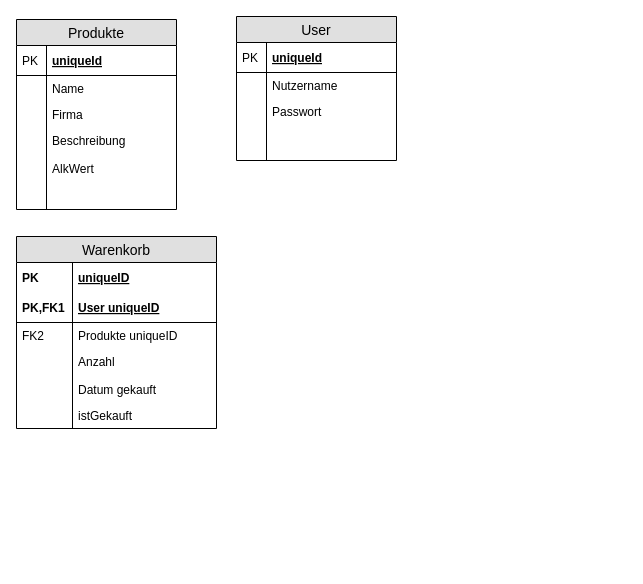
Lubims/partyplaner.lubims keeps this draw.io diagram as Planung/Datenbank.drawio. Above is the earlier version. Source tidied: cells renumbered, new cells numbered last; positions are measured from the earlier drawing's top-left corner, leaving out a move shared by most shapes. Both pictures are drawn from the tidied source at 100%, with x=0, y=0 at pixel (16, 16).
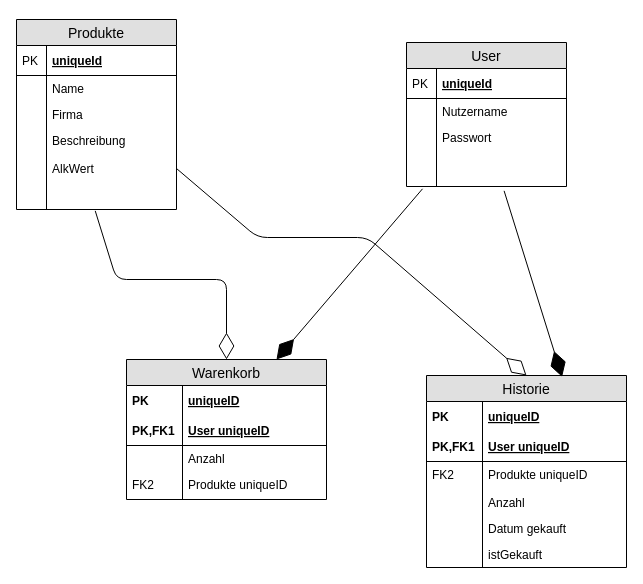
The same diagram, later.

Unchanged cells that the change refers to:
```xml
<mxCell id="11" style="shape=partialRectangle;top=0;left=0;right=0;bottom=0;align=left;verticalAlign=top;fillColor=none;spacingLeft=34;spacingRight=4;overflow=hidden;points=[[0,0.5],[1,0.5]];portConstraint=eastwest;fontSize=12;" parent="2" vertex="1">
  <mxGeometry y="134" width="160" height="56" as="geometry" />
</mxCell>
<mxCell id="22" style="shape=partialRectangle;top=0;left=0;right=0;bottom=0;align=left;verticalAlign=top;fillColor=none;spacingLeft=34;spacingRight=4;overflow=hidden;points=[[0,0.5],[1,0.5]];portConstraint=eastwest;fontSize=12;" parent="13" vertex="1">
  <mxGeometry y="134" width="160" height="10" as="geometry" />
</mxCell>
<mxCell id="37" value="AlkWert" style="shape=partialRectangle;top=0;left=0;right=0;bottom=0;align=left;verticalAlign=top;fillColor=none;spacingLeft=34;spacingRight=4;overflow=hidden;points=[[0,0.5],[1,0.5]];portConstraint=eastwest;fontSize=12;" parent="1" vertex="1">
  <mxGeometry y="139" width="160" height="26" as="geometry" />
</mxCell>
```

The edit, as a diff of the source:
```diff
@@
     <mxCell id="13" value="User" style="swimlane;fontStyle=0;horizontal=1;startSize=26;fillColor=#e0e0e0;swimlaneFillColor=#ffffff;align=center;fontSize=14;" parent="1" vertex="1">
-      <mxGeometry x="220" width="160" height="144" as="geometry" />
+      <mxGeometry x="390" y="26" width="160" height="144" as="geometry" />
     </mxCell>
@@
     <mxCell id="24" value="Warenkorb" style="swimlane;fontStyle=0;horizontal=1;startSize=26;fillColor=#e0e0e0;swimlaneFillColor=#ffffff;align=center;fontSize=14;" parent="1" vertex="1">
-      <mxGeometry y="220" width="200" height="192" as="geometry" />
+      <mxGeometry x="110" y="343" width="200" height="140" as="geometry" />
     </mxCell>
@@
+    <mxCell id="35" value="Anzahl" style="shape=partialRectangle;top=0;left=0;right=0;bottom=0;align=left;verticalAlign=top;fillColor=none;spacingLeft=60;spacingRight=4;overflow=hidden;fontSize=12;" parent="24" vertex="1">
+      <mxGeometry y="86" width="200" height="26" as="geometry" />
+    </mxCell>
+    <mxCell id="36" style="shape=partialRectangle;top=0;left=0;bottom=0;fillColor=none;align=left;verticalAlign=top;spacingLeft=4;spacingRight=4;overflow=hidden;fontSize=12;" parent="35" vertex="1">
+      <mxGeometry width="56" height="26" as="geometry" />
+    </mxCell>
     <mxCell id="29" value="Produkte uniqueID" style="shape=partialRectangle;top=0;left=0;right=0;bottom=0;align=left;verticalAlign=top;fillColor=none;spacingLeft=60;spacingRight=4;overflow=hidden;fontSize=12;" parent="24" vertex="1">
-      <mxGeometry y="86" width="200" height="54" as="geometry" />
+      <mxGeometry y="112" width="200" height="28" as="geometry" />
     </mxCell>
     <mxCell id="30" value="FK2" style="shape=partialRectangle;top=0;left=0;bottom=0;fillColor=none;align=left;verticalAlign=top;spacingLeft=4;spacingRight=4;overflow=hidden;fontSize=12;" parent="29" vertex="1">
-      <mxGeometry width="56" height="54" as="geometry" />
+      <mxGeometry width="56" height="28" as="geometry" />
     </mxCell>
-    <mxCell id="31" value="Datum gekauft" style="shape=partialRectangle;top=0;left=0;right=0;bottom=0;align=left;verticalAlign=top;fillColor=none;spacingLeft=60;spacingRight=4;overflow=hidden;fontSize=12;" parent="24" vertex="1">
-      <mxGeometry y="140" width="200" height="26" as="geometry" />
-    </mxCell>
-    <mxCell id="32" style="shape=partialRectangle;top=0;left=0;bottom=0;fillColor=none;align=left;verticalAlign=top;spacingLeft=4;spacingRight=4;overflow=hidden;fontSize=12;" parent="31" vertex="1">
-      <mxGeometry width="56" height="26" as="geometry" />
-    </mxCell>
-    <mxCell id="33" value="istGekauft" style="shape=partialRectangle;top=0;left=0;right=0;bottom=0;align=left;verticalAlign=top;fillColor=none;spacingLeft=60;spacingRight=4;overflow=hidden;fontSize=12;" parent="24" vertex="1">
-      <mxGeometry y="166" width="200" height="26" as="geometry" />
-    </mxCell>
-    <mxCell id="34" style="shape=partialRectangle;top=0;left=0;bottom=0;fillColor=none;align=left;verticalAlign=top;spacingLeft=4;spacingRight=4;overflow=hidden;fontSize=12;" parent="33" vertex="1">
-      <mxGeometry width="56" height="26" as="geometry" />
-    </mxCell>
-    <mxCell id="35" value="Anzahl" style="shape=partialRectangle;top=0;left=0;right=0;bottom=0;align=left;verticalAlign=top;fillColor=none;spacingLeft=60;spacingRight=4;overflow=hidden;fontSize=12;" parent="1" vertex="1">
-      <mxGeometry y="332" width="160" height="26" as="geometry" />
-    </mxCell>
-    <mxCell id="36" style="shape=partialRectangle;top=0;left=0;bottom=0;fillColor=none;align=left;verticalAlign=top;spacingLeft=4;spacingRight=4;overflow=hidden;fontSize=12;" parent="35" vertex="1">
-      <mxGeometry width="56" height="26" as="geometry" />
-    </mxCell>
@@
+    <mxCell id="39" value="Historie" style="swimlane;fontStyle=0;horizontal=1;startSize=26;fillColor=#e0e0e0;swimlaneFillColor=#ffffff;align=center;fontSize=14;" parent="1" vertex="1">
+      <mxGeometry x="410" y="359" width="200" height="192" as="geometry" />
+    </mxCell>
+    <mxCell id="40" value="uniqueID" style="shape=partialRectangle;top=0;left=0;right=0;bottom=0;align=left;verticalAlign=middle;fillColor=none;spacingLeft=60;spacingRight=4;overflow=hidden;fontStyle=5;fontSize=12;" parent="39" vertex="1">
+      <mxGeometry y="26" width="200" height="30" as="geometry" />
+    </mxCell>
+    <mxCell id="41" value="PK" style="shape=partialRectangle;fontStyle=1;top=0;left=0;bottom=0;fillColor=none;align=left;verticalAlign=middle;spacingLeft=4;spacingRight=4;overflow=hidden;fontSize=12;" parent="40" vertex="1">
+      <mxGeometry width="56" height="30" as="geometry" />
+    </mxCell>
+    <mxCell id="42" value="User uniqueID" style="shape=partialRectangle;top=0;left=0;right=0;bottom=1;align=left;verticalAlign=middle;fillColor=none;spacingLeft=60;spacingRight=4;overflow=hidden;fontStyle=5;fontSize=12;" parent="39" vertex="1">
+      <mxGeometry y="56" width="200" height="30" as="geometry" />
+    </mxCell>
+    <mxCell id="43" value="PK,FK1" style="shape=partialRectangle;fontStyle=1;top=0;left=0;bottom=0;fillColor=none;align=left;verticalAlign=middle;spacingLeft=4;spacingRight=4;overflow=hidden;fontSize=12;" parent="42" vertex="1">
+      <mxGeometry width="56" height="30" as="geometry" />
+    </mxCell>
+    <mxCell id="44" value="Produkte uniqueID&#10;&#10;Anzahl&#10;" style="shape=partialRectangle;top=0;left=0;right=0;bottom=0;align=left;verticalAlign=top;fillColor=none;spacingLeft=60;spacingRight=4;overflow=hidden;fontSize=12;" parent="39" vertex="1">
+      <mxGeometry y="86" width="200" height="54" as="geometry" />
+    </mxCell>
+    <mxCell id="45" value="FK2" style="shape=partialRectangle;top=0;left=0;bottom=0;fillColor=none;align=left;verticalAlign=top;spacingLeft=4;spacingRight=4;overflow=hidden;fontSize=12;" parent="44" vertex="1">
+      <mxGeometry width="56" height="54" as="geometry" />
+    </mxCell>
+    <mxCell id="31" value="Datum gekauft" style="shape=partialRectangle;top=0;left=0;right=0;bottom=0;align=left;verticalAlign=top;fillColor=none;spacingLeft=60;spacingRight=4;overflow=hidden;fontSize=12;" parent="39" vertex="1">
+      <mxGeometry y="140" width="200" height="26" as="geometry" />
+    </mxCell>
+    <mxCell id="46" style="shape=partialRectangle;top=0;left=0;bottom=0;fillColor=none;align=left;verticalAlign=top;spacingLeft=4;spacingRight=4;overflow=hidden;fontSize=12;" parent="31" vertex="1">
+      <mxGeometry width="56" height="26" as="geometry" />
+    </mxCell>
+    <mxCell id="33" value="istGekauft" style="shape=partialRectangle;top=0;left=0;right=0;bottom=0;align=left;verticalAlign=top;fillColor=none;spacingLeft=60;spacingRight=4;overflow=hidden;fontSize=12;" parent="39" vertex="1">
+      <mxGeometry y="166" width="200" height="26" as="geometry" />
+    </mxCell>
+    <mxCell id="47" style="shape=partialRectangle;top=0;left=0;bottom=0;fillColor=none;align=left;verticalAlign=top;spacingLeft=4;spacingRight=4;overflow=hidden;fontSize=12;" parent="33" vertex="1">
+      <mxGeometry width="56" height="26" as="geometry" />
+    </mxCell>
+    <mxCell id="48" style="endArrow=diamondThin;endFill=0;endSize=24;html=1;exitX=0.492;exitY=1.024;exitDx=0;exitDy=0;exitPerimeter=0;entryX=0.5;entryY=0;entryDx=0;entryDy=0;" parent="1" edge="1" source="11" target="24">
+      <mxGeometry relative="1" as="geometry">
+        <Array as="points">
+          <mxPoint x="100" y="263" />
+          <mxPoint x="210" y="263" />
+        </Array>
+      </mxGeometry>
+    </mxCell>
+    <mxCell id="49" style="endArrow=diamondThin;endFill=0;endSize=24;html=1;exitX=1;exitY=0.5;exitDx=0;exitDy=0;entryX=0.5;entryY=0;entryDx=0;entryDy=0;" parent="1" edge="1" source="37" target="39">
+      <mxGeometry relative="1" as="geometry">
+        <Array as="points">
+          <mxPoint x="241" y="221" />
+          <mxPoint x="351" y="221" />
+        </Array>
+      </mxGeometry>
+    </mxCell>
+    <mxCell id="50" style="endArrow=diamondThin;endFill=1;endSize=24;html=1;entryX=0.75;entryY=0;entryDx=0;entryDy=0;exitX=0.1;exitY=1.233;exitDx=0;exitDy=0;exitPerimeter=0;" parent="1" edge="1" source="22" target="24">
+      <mxGeometry relative="1" as="geometry" />
+    </mxCell>
+    <mxCell id="51" style="endArrow=diamondThin;endFill=1;endSize=24;html=1;entryX=0.678;entryY=0.007;entryDx=0;entryDy=0;exitX=0.61;exitY=1.433;exitDx=0;exitDy=0;exitPerimeter=0;entryPerimeter=0;" parent="1" edge="1" source="22" target="39">
+      <mxGeometry relative="1" as="geometry" />
+    </mxCell>
```
